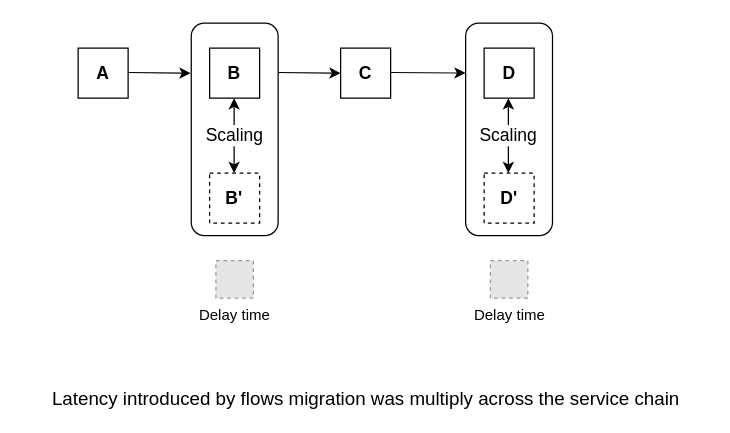
The draw.io diagram Delay SFC.drawio in nhbinh/draw.io, before the edit. Source tidied: cells renumbered, new cells numbered last; positions are measured from the earlier drawing's top-left corner, leaving out a move shared by most shapes. Both pictures are drawn from the tidied source at 125%, with x=0, y=0 at pixel (40, 22). Pictures stored in the file or linked from it are replaced by grey dashed boxes.
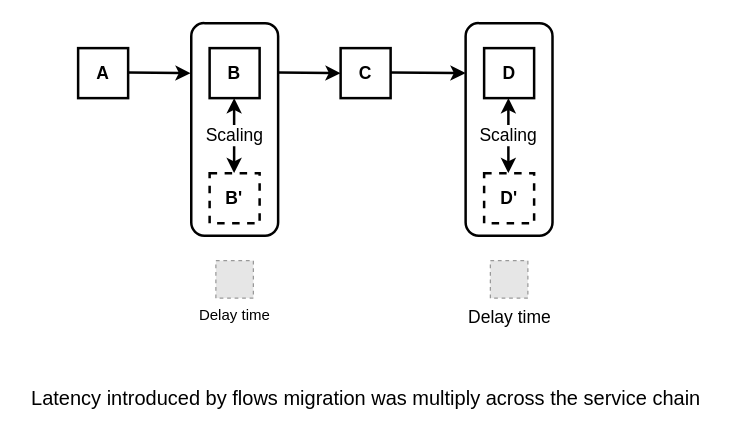
Above is the later version.

Change to the diagram source:
```diff
@@
-    <mxCell id="2" style="rounded=1;whiteSpace=wrap;html=1;fontStyle=1;" parent="1" vertex="1">
+    <mxCell id="2" style="rounded=1;whiteSpace=wrap;html=1;fontStyle=1;strokeWidth=2;" parent="1" vertex="1">
       <mxGeometry x="120.5" width="69.5" height="170" as="geometry" />
     </mxCell>
-    <mxCell id="3" value="&lt;font style=&quot;font-size: 14px&quot;&gt;A&lt;/font&gt;" style="whiteSpace=wrap;html=1;fontStyle=1;" parent="1" vertex="1">
+    <mxCell id="3" value="&lt;font style=&quot;font-size: 14px&quot;&gt;A&lt;/font&gt;" style="whiteSpace=wrap;html=1;fontStyle=1;strokeWidth=2;" parent="1" vertex="1">
       <mxGeometry x="30" y="20" width="40" height="40" as="geometry" />
     </mxCell>
-    <mxCell id="4" value="&lt;font style=&quot;font-size: 14px&quot;&gt;&lt;span&gt;B&lt;/span&gt;&lt;/font&gt;" style="whiteSpace=wrap;html=1;fontStyle=1;" parent="1" vertex="1">
+    <mxCell id="4" value="&lt;font style=&quot;font-size: 14px&quot;&gt;&lt;span&gt;B&lt;/span&gt;&lt;/font&gt;" style="whiteSpace=wrap;html=1;fontStyle=1;strokeWidth=2;" parent="1" vertex="1">
       <mxGeometry x="135.2" y="20" width="40" height="40" as="geometry" />
     </mxCell>
-    <mxCell id="5" value="&lt;font style=&quot;font-size: 14px&quot;&gt;C&lt;/font&gt;" style="whiteSpace=wrap;html=1;fontStyle=1;" parent="1" vertex="1">
+    <mxCell id="5" value="&lt;font style=&quot;font-size: 14px&quot;&gt;C&lt;/font&gt;" style="whiteSpace=wrap;html=1;fontStyle=1;strokeWidth=2;" parent="1" vertex="1">
       <mxGeometry x="240" y="20" width="40" height="40" as="geometry" />
     </mxCell>
-    <mxCell id="6" value="&lt;font style=&quot;font-size: 14px&quot;&gt;&lt;span&gt;B'&lt;/span&gt;&lt;/font&gt;" style="whiteSpace=wrap;html=1;fontStyle=1;dashed=1;" parent="1" vertex="1">
+    <mxCell id="6" value="&lt;font style=&quot;font-size: 14px&quot;&gt;&lt;span&gt;B'&lt;/span&gt;&lt;/font&gt;" style="whiteSpace=wrap;html=1;fontStyle=1;dashed=1;strokeWidth=2;" parent="1" vertex="1">
       <mxGeometry x="135.2" y="120" width="40" height="40" as="geometry" />
     </mxCell>
-    <mxCell id="7" style="endArrow=classic;html=1;" parent="1" edge="1">
+    <mxCell id="7" style="endArrow=classic;html=1;strokeWidth=2;" parent="1" edge="1">
       <mxGeometry relative="1" as="geometry">
         <mxPoint x="70" y="39.5" as="sourcePoint" />
         <mxPoint x="120" y="40" as="targetPoint" />
       </mxGeometry>
     </mxCell>
-    <mxCell id="8" value="&lt;font style=&quot;font-size: 14px&quot;&gt;Scaling&lt;/font&gt;" style="endArrow=classic;startArrow=classic;html=1;" parent="1" edge="1">
+    <mxCell id="8" value="&lt;font style=&quot;font-size: 14px&quot;&gt;Scaling&lt;/font&gt;" style="endArrow=classic;startArrow=classic;html=1;strokeWidth=2;" parent="1" edge="1">
       <mxGeometry relative="1" as="geometry">
         <mxPoint x="154.8" y="120" as="sourcePoint" />
         <mxPoint x="154.8" y="60" as="targetPoint" />
       </mxGeometry>
     </mxCell>
@@
-    <mxCell id="10" style="rounded=1;whiteSpace=wrap;html=1;fontStyle=1;" parent="1" vertex="1">
+    <mxCell id="10" style="rounded=1;whiteSpace=wrap;html=1;fontStyle=1;strokeWidth=2;" parent="1" vertex="1">
       <mxGeometry x="340" width="69.5" height="170" as="geometry" />
     </mxCell>
-    <mxCell id="11" value="&lt;font style=&quot;font-size: 14px&quot;&gt;&lt;span&gt;D&lt;/span&gt;&lt;/font&gt;" style="whiteSpace=wrap;html=1;fontStyle=1;" parent="1" vertex="1">
+    <mxCell id="11" value="&lt;font style=&quot;font-size: 14px&quot;&gt;&lt;span&gt;D&lt;/span&gt;&lt;/font&gt;" style="whiteSpace=wrap;html=1;fontStyle=1;strokeWidth=2;" parent="1" vertex="1">
       <mxGeometry x="354.8" y="20" width="40" height="40" as="geometry" />
     </mxCell>
-    <mxCell id="12" value="&lt;font style=&quot;font-size: 14px&quot;&gt;&lt;span&gt;D'&lt;/span&gt;&lt;/font&gt;" style="whiteSpace=wrap;html=1;fontStyle=1;dashed=1;" parent="1" vertex="1">
+    <mxCell id="12" value="&lt;font style=&quot;font-size: 14px&quot;&gt;&lt;span&gt;D'&lt;/span&gt;&lt;/font&gt;" style="whiteSpace=wrap;html=1;fontStyle=1;dashed=1;strokeWidth=2;" parent="1" vertex="1">
       <mxGeometry x="354.8" y="120" width="40" height="40" as="geometry" />
     </mxCell>
-    <mxCell id="13" value="&lt;font style=&quot;font-size: 14px&quot;&gt;Scaling&lt;/font&gt;" style="endArrow=classic;startArrow=classic;html=1;" parent="1" edge="1">
+    <mxCell id="13" value="&lt;font style=&quot;font-size: 14px&quot;&gt;Scaling&lt;/font&gt;" style="endArrow=classic;startArrow=classic;html=1;strokeWidth=2;" parent="1" edge="1">
       <mxGeometry relative="1" as="geometry">
         <mxPoint x="374.2" y="120" as="sourcePoint" />
         <mxPoint x="374.2" y="60" as="targetPoint" />
       </mxGeometry>
     </mxCell>
-    <mxCell id="14" value="Delay time" style="fillColor=#E6E6E6;strokeColor=#999999;dashed=1;html=1;verticalAlign=top;verticalLabelPosition=bottom;labelBackgroundColor=#ffffff;" parent="1" vertex="1">
+    <mxCell id="14" value="&lt;font style=&quot;font-size: 14px&quot;&gt;Delay time&lt;/font&gt;" style="fillColor=#E6E6E6;strokeColor=#999999;dashed=1;html=1;verticalAlign=top;verticalLabelPosition=bottom;labelBackgroundColor=#ffffff;" parent="1" vertex="1">
       <mxGeometry x="359.8" y="190" width="30" height="30" as="geometry" />
     </mxCell>
-    <mxCell id="15" style="endArrow=classic;html=1;" parent="1" edge="1">
+    <mxCell id="15" style="endArrow=classic;html=1;strokeWidth=2;" parent="1" edge="1">
       <mxGeometry relative="1" as="geometry">
         <mxPoint x="190" y="39.5" as="sourcePoint" />
         <mxPoint x="240" y="40" as="targetPoint" />
       </mxGeometry>
     </mxCell>
-    <mxCell id="16" style="endArrow=classic;html=1;entryX=0;entryY=0.235;entryDx=0;entryDy=0;entryPerimeter=0;" parent="1" edge="1" target="10">
+    <mxCell id="16" style="endArrow=classic;html=1;entryX=0;entryY=0.235;entryDx=0;entryDy=0;entryPerimeter=0;strokeWidth=2;" parent="1" edge="1" target="10">
       <mxGeometry relative="1" as="geometry">
         <mxPoint x="280" y="39.5" as="sourcePoint" />
       </mxGeometry>
     </mxCell>
-    <mxCell id="17" value="&lt;font style=&quot;font-size: 15px&quot;&gt;Latency introduced by flows migration was multiply across the service chain&lt;/font&gt;" style="text;html=1;align=center;verticalAlign=middle;" parent="1" vertex="1">
-      <mxGeometry y="290" width="520" height="20" as="geometry" />
+    <mxCell id="17" value="&lt;font style=&quot;font-size: 16px&quot;&gt;Latency introduced by flows migration was multiply across the service chain&lt;/font&gt;" style="text;html=1;align=center;verticalAlign=middle;strokeWidth=2;" parent="1" vertex="1">
+      <mxGeometry x="-15" y="290" width="550" height="20" as="geometry" />
     </mxCell>
```
